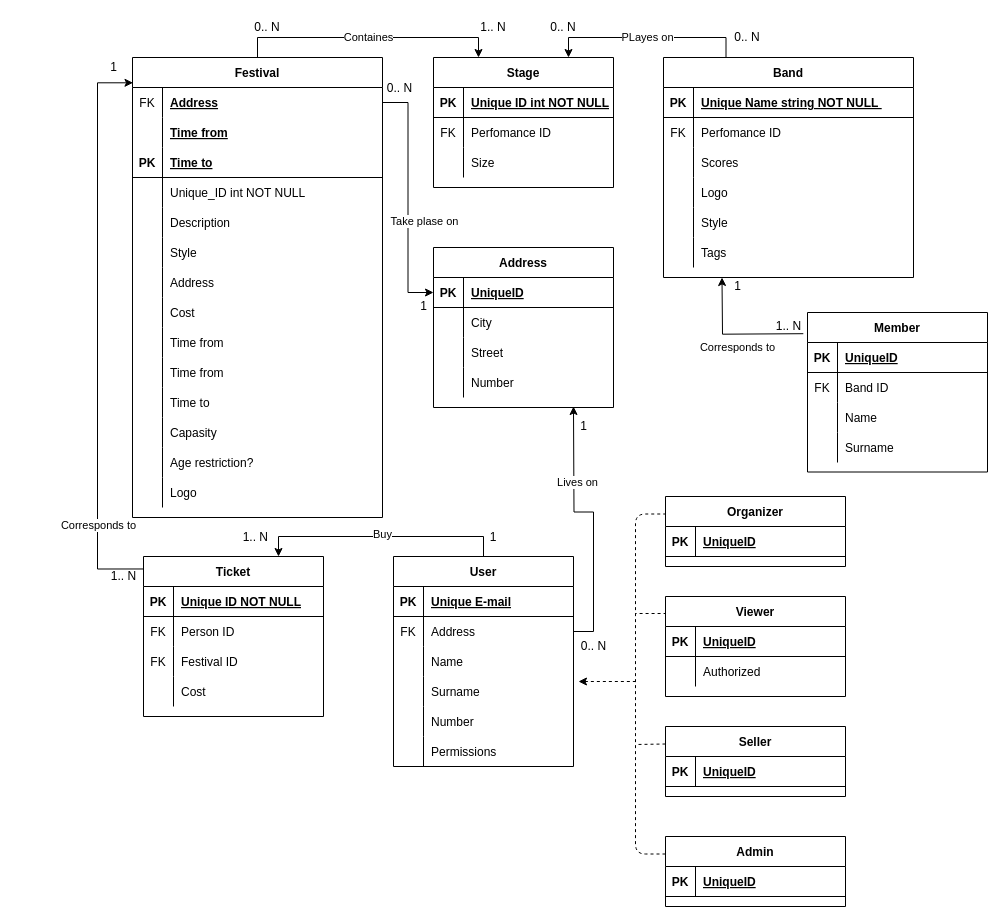
Earlier version of the draw.io diagram docs/diagrams/festival-is-ER.drawio (x00Pavel/festival-IS). Source tidied: cells renumbered, new cells numbered last; positions are measured from the earlier drawing's top-left corner, leaving out a move shared by most shapes. Both pictures are drawn from the tidied source at 100%, with x=0, y=0 at pixel (97, 17).
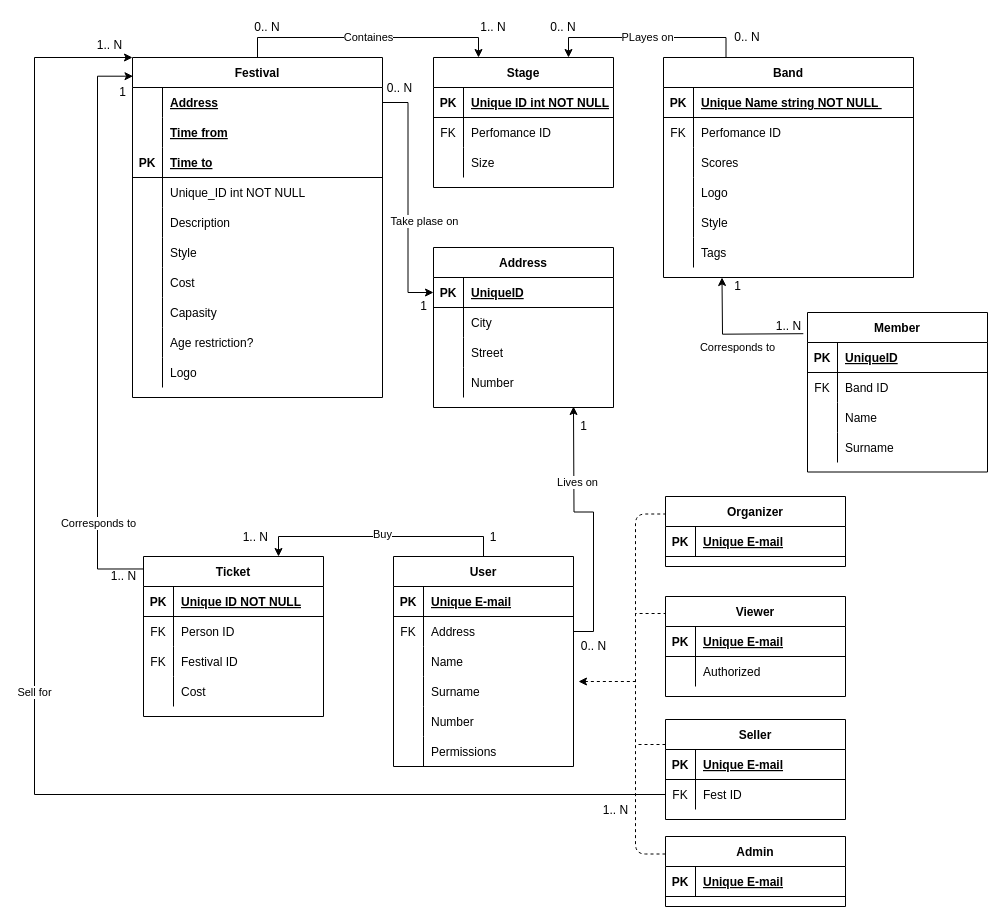
The same page after the edit.

The change refers to these unchanged cells:
```xml
<mxCell id="50" style="shape=partialRectangle;fillColor=none;top=0;left=0;bottom=0;right=0;points=[[0,0.5],[1,0.5]];portConstraint=eastwest;" parent="49" vertex="1">
  <mxGeometry y="30" width="250" height="30" as="geometry" />
</mxCell>
<mxCell id="98" value="Ticket" style="shape=table;startSize=30;childLayout=tableLayout;rowLines=0;fontStyle=1;align=center;" parent="1" vertex="1">
  <mxGeometry x="46" y="539" width="180" height="160" as="geometry" />
</mxCell>
<mxCell id="144" style="shape=partialRectangle;fillColor=none;top=0;left=0;bottom=1;right=0;" parent="143" vertex="1">
  <mxGeometry y="30" width="180" height="30" as="geometry" />
</mxCell>
<mxCell id="148" style="shape=partialRectangle;fillColor=none;top=0;left=0;bottom=1;right=0;" parent="147" vertex="1">
  <mxGeometry y="30" width="180" height="30" as="geometry" />
</mxCell>
<mxCell id="168" style="shape=partialRectangle;fillColor=none;top=0;left=0;bottom=1;right=0;" parent="167" vertex="1">
  <mxGeometry y="30" width="180" height="30" as="geometry" />
</mxCell>
<mxCell id="172" style="shape=partialRectangle;fillColor=none;top=0;left=0;bottom=1;right=0;" parent="171" vertex="1">
  <mxGeometry y="30" width="180" height="30" as="geometry" />
</mxCell>
```

Diff of the diagram source:
```diff
@@
     <mxCell id="4" style="edgeStyle=orthogonalEdgeStyle;rounded=0;jettySize=auto;html=1;exitX=0.004;exitY=0.078;exitDx=0;exitDy=0;entryX=0.002;entryY=0.055;entryDx=0;entryDy=0;entryPerimeter=0;exitPerimeter=0;" parent="1" edge="1" source="98" target="49">
       <mxGeometry relative="1" as="geometry">
         <Array as="points">
           <mxPoint y="552" />
-          <mxPoint y="65" />
+          <mxPoint y="59" />
         </Array>
       </mxGeometry>
     </mxCell>
@@
     <mxCell id="15" value="1&lt;br&gt;" style="text;html=1;align=center;verticalAlign=middle;" parent="1" vertex="1">
-      <mxGeometry x="6" y="40" width="20" height="20" as="geometry" />
+      <mxGeometry x="15" y="65" width="20" height="20" as="geometry" />
     </mxCell>
@@
     <mxCell id="49" value="Festival" style="shape=table;startSize=30;childLayout=tableLayout;rowLines=0;fontStyle=1;align=center;" parent="1" vertex="1">
-      <mxGeometry x="35" y="40" width="250" height="460" as="geometry" />
+      <mxGeometry x="35" y="40" width="250" height="340" as="geometry" />
     </mxCell>
@@
-    <mxCell id="51" value="FK" style="shape=partialRectangle;fillColor=none;top=0;left=0;bottom=0;right=0;overflow=hidden;" parent="50" vertex="1">
+    <mxCell id="51" style="shape=partialRectangle;fillColor=none;top=0;left=0;bottom=0;right=0;overflow=hidden;" parent="50" vertex="1">
       <mxGeometry width="30" height="30" as="geometry" />
     </mxCell>
@@
-    <mxCell id="68" style="shape=partialRectangle;fillColor=none;top=0;left=0;bottom=0;right=0;" parent="49" vertex="1">
-      <mxGeometry y="210" width="250" height="30" as="geometry" />
-    </mxCell>
-    <mxCell id="69" style="shape=partialRectangle;fillColor=none;top=0;left=0;bottom=0;right=0;overflow=hidden;" parent="68" vertex="1">
-      <mxGeometry width="30" height="30" as="geometry" />
-    </mxCell>
-    <mxCell id="70" value="Address" style="shape=partialRectangle;fillColor=none;top=0;left=0;bottom=0;right=0;align=left;spacingLeft=6;overflow=hidden;" parent="68" vertex="1">
-      <mxGeometry x="30" width="220" height="30" as="geometry" />
-    </mxCell>
     <mxCell id="71" style="shape=partialRectangle;fillColor=none;top=0;left=0;bottom=0;right=0;" parent="49" vertex="1">
-      <mxGeometry y="240" width="250" height="30" as="geometry" />
+      <mxGeometry y="210" width="250" height="30" as="geometry" />
     </mxCell>
@@
-    <mxCell id="74" style="shape=partialRectangle;fillColor=none;top=0;left=0;bottom=0;right=0;" parent="49" vertex="1">
-      <mxGeometry y="270" width="250" height="30" as="geometry" />
-    </mxCell>
-    <mxCell id="75" style="shape=partialRectangle;fillColor=none;top=0;left=0;bottom=0;right=0;overflow=hidden;" parent="74" vertex="1">
-      <mxGeometry width="30" height="30" as="geometry" />
-    </mxCell>
-    <mxCell id="76" value="Time from" style="shape=partialRectangle;fillColor=none;top=0;left=0;bottom=0;right=0;align=left;spacingLeft=6;overflow=hidden;" parent="74" vertex="1">
-      <mxGeometry x="30" width="220" height="30" as="geometry" />
-    </mxCell>
-    <mxCell id="77" style="shape=partialRectangle;fillColor=none;top=0;left=0;bottom=0;right=0;" parent="49" vertex="1">
-      <mxGeometry y="300" width="250" height="30" as="geometry" />
-    </mxCell>
-    <mxCell id="78" style="shape=partialRectangle;fillColor=none;top=0;left=0;bottom=0;right=0;overflow=hidden;" parent="77" vertex="1">
-      <mxGeometry width="30" height="30" as="geometry" />
-    </mxCell>
-    <mxCell id="79" value="Time from" style="shape=partialRectangle;fillColor=none;top=0;left=0;bottom=0;right=0;align=left;spacingLeft=6;overflow=hidden;" parent="77" vertex="1">
-      <mxGeometry x="30" width="220" height="30" as="geometry" />
-    </mxCell>
-    <mxCell id="80" style="shape=partialRectangle;fillColor=none;top=0;left=0;bottom=0;right=0;" parent="49" vertex="1">
-      <mxGeometry y="330" width="250" height="30" as="geometry" />
-    </mxCell>
-    <mxCell id="81" style="shape=partialRectangle;fillColor=none;top=0;left=0;bottom=0;right=0;overflow=hidden;" parent="80" vertex="1">
-      <mxGeometry width="30" height="30" as="geometry" />
-    </mxCell>
-    <mxCell id="82" value="Time to" style="shape=partialRectangle;fillColor=none;top=0;left=0;bottom=0;right=0;align=left;spacingLeft=6;overflow=hidden;" parent="80" vertex="1">
-      <mxGeometry x="30" width="220" height="30" as="geometry" />
-    </mxCell>
     <mxCell id="83" style="shape=partialRectangle;fillColor=none;top=0;left=0;bottom=0;right=0;" parent="49" vertex="1">
-      <mxGeometry y="360" width="250" height="30" as="geometry" />
+      <mxGeometry y="240" width="250" height="30" as="geometry" />
     </mxCell>
@@
     <mxCell id="86" style="shape=partialRectangle;fillColor=none;top=0;left=0;bottom=0;right=0;" parent="49" vertex="1">
-      <mxGeometry y="390" width="250" height="30" as="geometry" />
+      <mxGeometry y="270" width="250" height="30" as="geometry" />
     </mxCell>
@@
     <mxCell id="89" style="shape=partialRectangle;fillColor=none;top=0;left=0;bottom=0;right=0;" parent="49" vertex="1">
-      <mxGeometry y="420" width="250" height="30" as="geometry" />
+      <mxGeometry y="300" width="250" height="30" as="geometry" />
     </mxCell>
@@
-    <mxCell id="146" value="UniqueID" style="shape=partialRectangle;fillColor=none;top=0;left=0;bottom=0;right=0;align=left;spacingLeft=6;fontStyle=5;overflow=hidden;" parent="144" vertex="1">
+    <mxCell id="146" value="Unique E-mail" style="shape=partialRectangle;fillColor=none;top=0;left=0;bottom=0;right=0;align=left;spacingLeft=6;fontStyle=5;overflow=hidden;" parent="144" vertex="1">
       <mxGeometry x="30" width="150" height="30" as="geometry" />
     </mxCell>
@@
-    <mxCell id="150" value="UniqueID" style="shape=partialRectangle;fillColor=none;top=0;left=0;bottom=0;right=0;align=left;spacingLeft=6;fontStyle=5;overflow=hidden;" parent="148" vertex="1">
+    <mxCell id="150" value="Unique E-mail" style="shape=partialRectangle;fillColor=none;top=0;left=0;bottom=0;right=0;align=left;spacingLeft=6;fontStyle=5;overflow=hidden;" parent="148" vertex="1">
       <mxGeometry x="30" width="150" height="30" as="geometry" />
     </mxCell>
@@
-    <mxCell id="170" value="UniqueID" style="shape=partialRectangle;fillColor=none;top=0;left=0;bottom=0;right=0;align=left;spacingLeft=6;fontStyle=5;overflow=hidden;" parent="168" vertex="1">
+    <mxCell id="170" value="Unique E-mail" style="shape=partialRectangle;fillColor=none;top=0;left=0;bottom=0;right=0;align=left;spacingLeft=6;fontStyle=5;overflow=hidden;" parent="168" vertex="1">
       <mxGeometry x="30" width="150" height="30" as="geometry" />
     </mxCell>
     <mxCell id="171" value="Seller" style="shape=table;startSize=30;childLayout=tableLayout;rowLines=0;fontStyle=1;align=center;" parent="1" vertex="1">
-      <mxGeometry x="568" y="709" width="180" height="70" as="geometry" />
+      <mxGeometry x="568" y="702" width="180" height="100" as="geometry" />
     </mxCell>
@@
-    <mxCell id="174" value="UniqueID" style="shape=partialRectangle;fillColor=none;top=0;left=0;bottom=0;right=0;align=left;spacingLeft=6;fontStyle=5;overflow=hidden;" parent="172" vertex="1">
+    <mxCell id="174" value="Unique E-mail" style="shape=partialRectangle;fillColor=none;top=0;left=0;bottom=0;right=0;align=left;spacingLeft=6;fontStyle=5;overflow=hidden;" parent="172" vertex="1">
       <mxGeometry x="30" width="150" height="30" as="geometry" />
     </mxCell>
+    <mxCell id="180" style="shape=partialRectangle;fillColor=none;top=0;left=0;bottom=0;right=0;points=[[0,0.5],[1,0.5]];portConstraint=eastwest;" parent="171" vertex="1">
+      <mxGeometry y="60" width="180" height="30" as="geometry" />
+    </mxCell>
+    <mxCell id="181" value="FK" style="shape=partialRectangle;fillColor=none;top=0;left=0;bottom=0;right=0;fontStyle=0;overflow=hidden;" parent="180" vertex="1">
+      <mxGeometry width="30" height="30" as="geometry" />
+    </mxCell>
+    <mxCell id="182" value="Fest ID" style="shape=partialRectangle;fillColor=none;top=0;left=0;bottom=0;right=0;align=left;spacingLeft=6;fontStyle=0;overflow=hidden;" parent="180" vertex="1">
+      <mxGeometry x="30" width="150" height="30" as="geometry" />
+    </mxCell>
@@
+    <mxCell id="183" value="Sell for" style="edgeStyle=orthogonalEdgeStyle;rounded=0;jettySize=auto;html=1;exitX=0;exitY=0.5;exitDx=0;exitDy=0;entryX=0;entryY=0;entryDx=0;entryDy=0;" parent="1" edge="1" source="180" target="49">
+      <mxGeometry relative="1" as="geometry">
+        <Array as="points">
+          <mxPoint x="-63" y="777" />
+          <mxPoint x="-63" y="40" />
+        </Array>
+      </mxGeometry>
+    </mxCell>
+    <mxCell id="184" value="1.. N" style="text;html=1;align=center;verticalAlign=middle;" parent="1" vertex="1">
+      <mxGeometry x="-6" y="19" width="35" height="18" as="geometry" />
+    </mxCell>
+    <mxCell id="185" value="1.. N" style="text;html=1;align=center;verticalAlign=middle;" parent="1" vertex="1">
+      <mxGeometry x="500" y="784" width="35" height="18" as="geometry" />
+    </mxCell>
```
